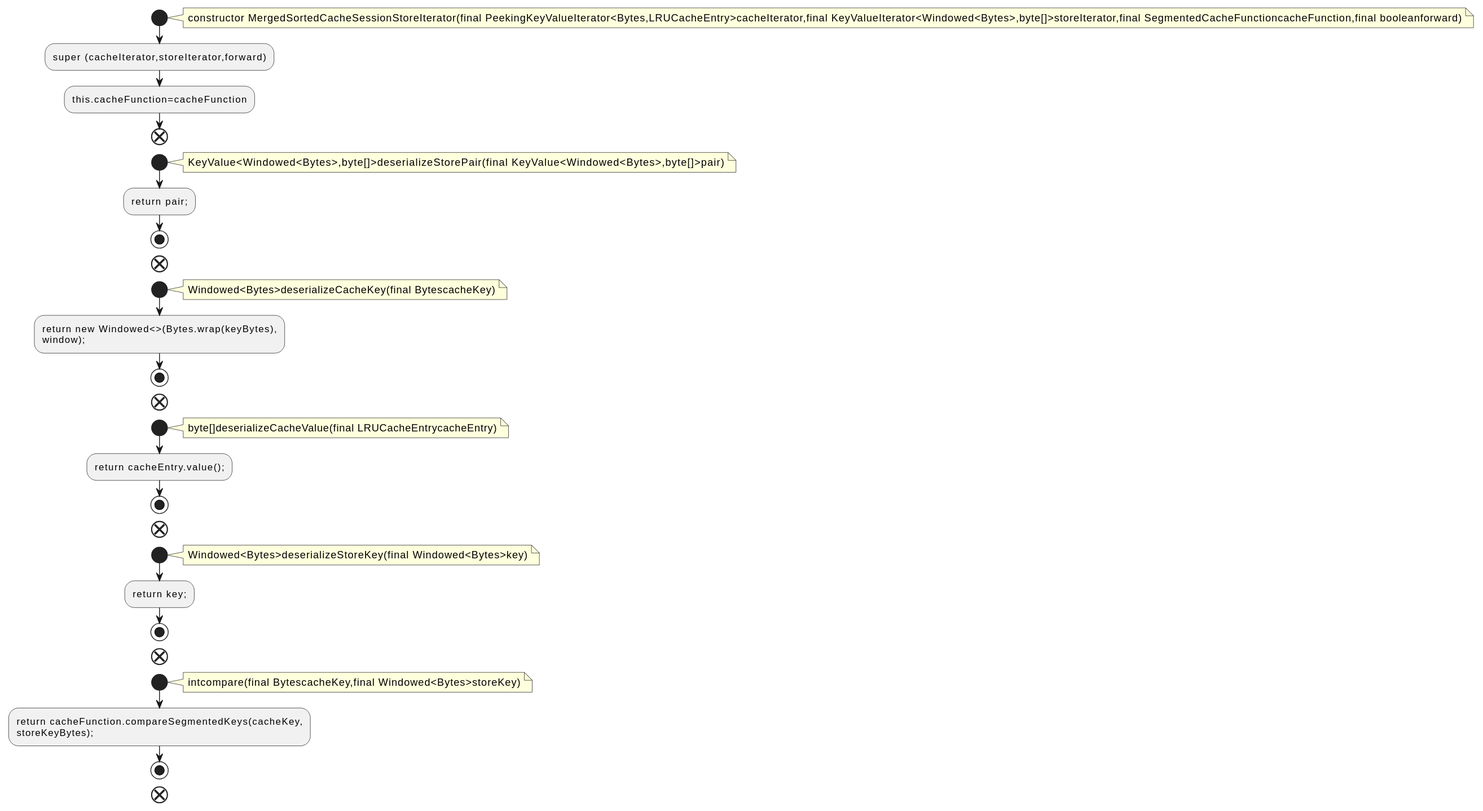
qualitesys/kafka keeps this PlantUML diagram as docs/qc/streams/src/main/java/org/apache/kafka/streams/state/internals/MergedSortedCacheSessionStoreIterator.java.fct.svg. Above is the earlier version.
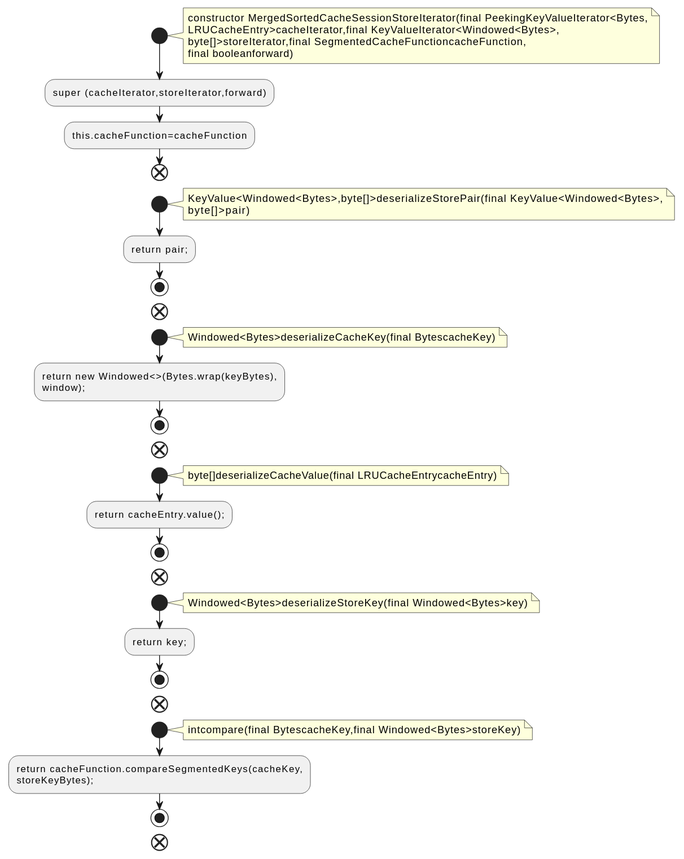
After the commit.

What changed in the source:
```diff
@@ -2,14 +2,18 @@
 !pragma layout smetana
 start
 note right
-constructor MergedSortedCacheSessionStoreIterator(final PeekingKeyValueIterator<Bytes,LRUCacheEntry>cacheIterator,final KeyValueIterator<Windowed<Bytes>,byte[]>storeIterator,final SegmentedCacheFunctioncacheFunction,final booleanforward)
+constructor MergedSortedCacheSessionStoreIterator(final PeekingKeyValueIterator<Bytes,
+LRUCacheEntry>cacheIterator,final KeyValueIterator<Windowed<Bytes>,
+byte[]>storeIterator,final SegmentedCacheFunctioncacheFunction,
+final booleanforward)
 end note
 :super (cacheIterator,storeIterator,forward);
 :this.cacheFunction=cacheFunction;
 end
 start
 note right
-KeyValue<Windowed<Bytes>,byte[]>deserializeStorePair(final KeyValue<Windowed<Bytes>,byte[]>pair)
+KeyValue<Windowed<Bytes>,byte[]>deserializeStorePair(final KeyValue<Windowed<Bytes>,
+byte[]>pair)
 end note
 :return pair;;
 stop
```
